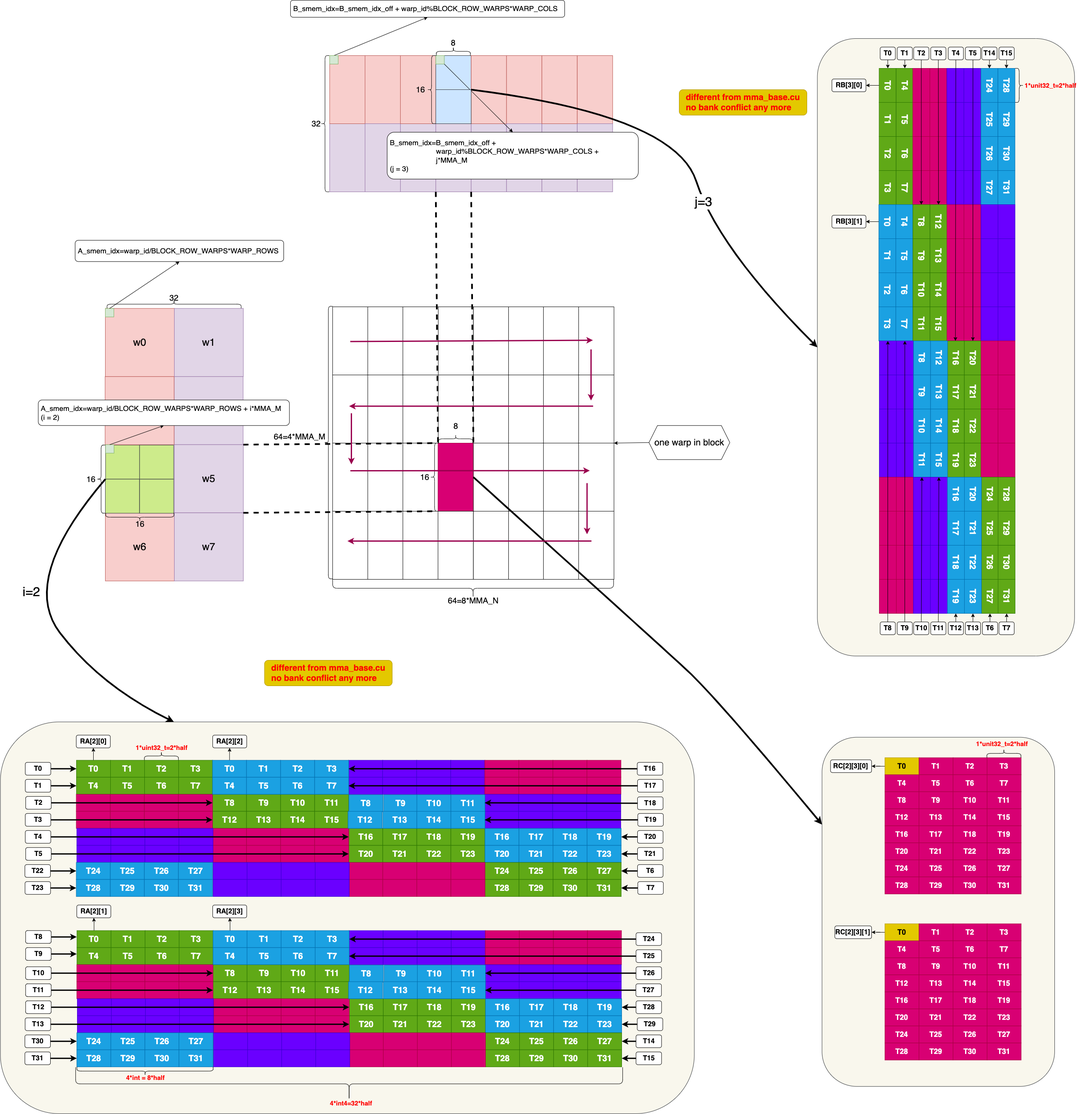
raymond1123/gemm-analysis keeps this draw.io diagram as mma/mma_permute/imgs/MMA_ptx.drawio.png. Above is the earlier version. Source tidied: cells renumbered, new cells last; positions are measured from the earlier drawing's top-left corner, leaving out a move shared by most shapes.
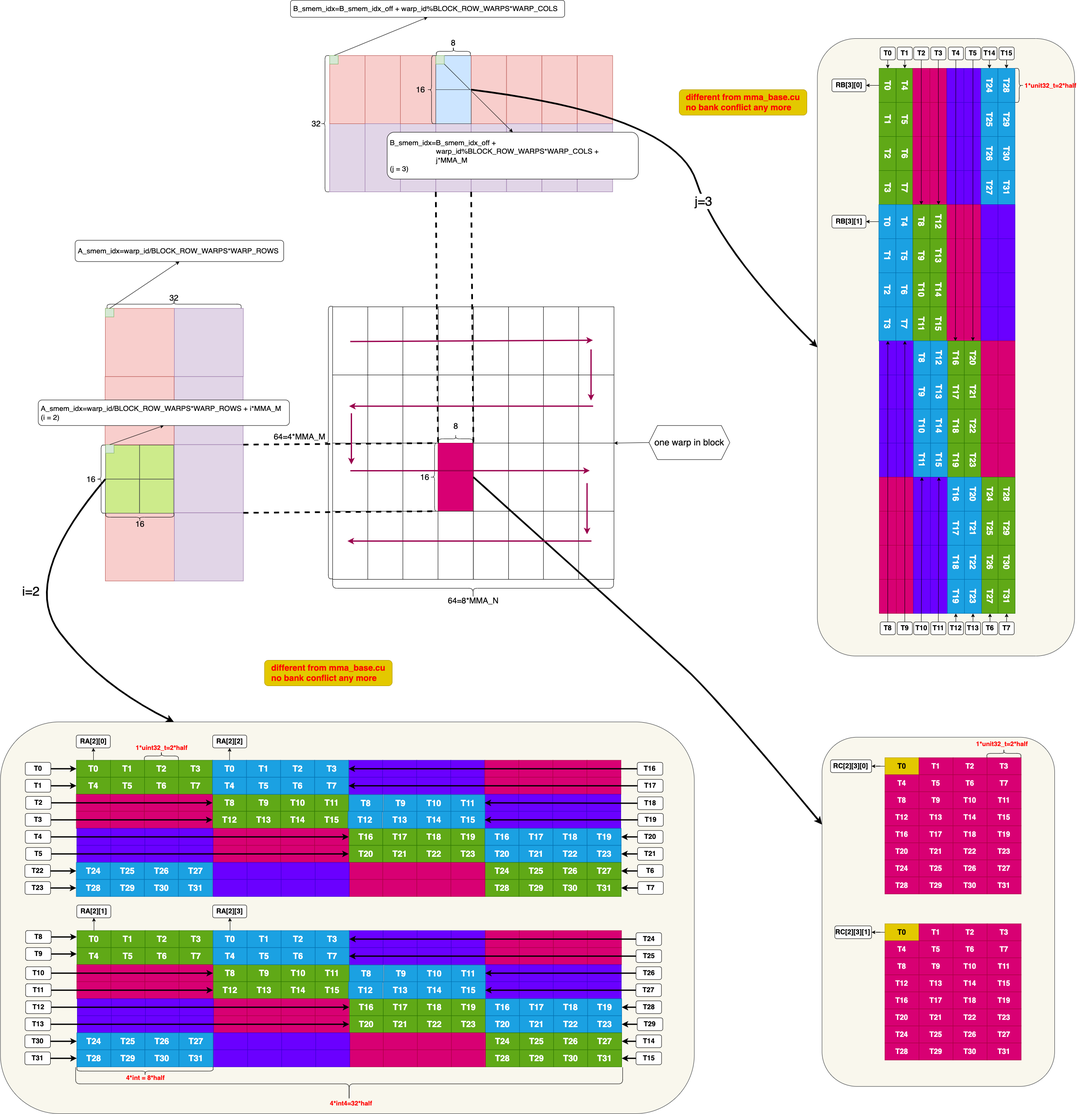
Above is the later version.

The edit, as a diff of the source:
```diff
@@ -14,7 +14,7 @@
     <mxCell id="5" style="whiteSpace=wrap;html=1;fillColor=#cdeb8b;strokeColor=#36393d;" parent="1" vertex="1">
       <mxGeometry x="247.4" y="1044.7" width="80" height="80" as="geometry" />
     </mxCell>
-    <mxCell id="6" value="&lt;span style=&quot;font-size: 24px;&quot;&gt;w6&lt;/span&gt;" style="rounded=0;whiteSpace=wrap;html=1;fillColor=#f8cecc;strokeColor=#b85450;" parent="1" vertex="1">
+    <mxCell id="6" style="rounded=0;whiteSpace=wrap;html=1;fillColor=#f8cecc;strokeColor=#b85450;" parent="1" vertex="1">
       <mxGeometry x="247" y="1203.8" width="162.1" height="160" as="geometry" />
     </mxCell>
     <mxCell id="7" style="rounded=0;whiteSpace=wrap;html=1;" parent="1" vertex="1">
@@ -29,7 +29,7 @@
     <mxCell id="10" value="&lt;span style=&quot;font-size: 24px;&quot;&gt;w2&lt;/span&gt;" style="rounded=0;whiteSpace=wrap;html=1;fillColor=#f8cecc;strokeColor=#b85450;" parent="1" vertex="1">
       <mxGeometry x="246.4" y="883.8" width="162.1" height="160" as="geometry" />
     </mxCell>
-    <mxCell id="11" value="&lt;font style=&quot;font-size: 24px;&quot;&gt;w0&lt;/font&gt;" style="rounded=0;whiteSpace=wrap;html=1;fillColor=#f8cecc;strokeColor=#b85450;" parent="1" vertex="1">
+    <mxCell id="11" style="rounded=0;whiteSpace=wrap;html=1;fillColor=#f8cecc;strokeColor=#b85450;" parent="1" vertex="1">
       <mxGeometry x="247" y="723.8" width="162.1" height="160" as="geometry" />
     </mxCell>
     <mxCell id="12" style="rounded=0;whiteSpace=wrap;html=1;" parent="1" vertex="1">
@@ -182,7 +182,7 @@
     <mxCell id="61" style="rounded=0;whiteSpace=wrap;html=1;" parent="1" vertex="1">
       <mxGeometry x="1358.7" y="1200" width="83.1" height="160" as="geometry" />
     </mxCell>
-    <mxCell id="62" value="&lt;span style=&quot;font-size: 24px;&quot;&gt;w1&lt;/span&gt;" style="rounded=0;whiteSpace=wrap;html=1;fillColor=#e1d5e7;strokeColor=#9673a6;" parent="1" vertex="1">
+    <mxCell id="62" style="rounded=0;whiteSpace=wrap;html=1;fillColor=#e1d5e7;strokeColor=#9673a6;" parent="1" vertex="1">
       <mxGeometry x="409" y="723.8" width="162.1" height="160" as="geometry" />
     </mxCell>
     <mxCell id="63" style="rounded=0;whiteSpace=wrap;html=1;fillColor=#e1d5e7;strokeColor=#9673a6;" parent="1" vertex="1">
@@ -248,10 +248,10 @@
     <mxCell id="83" value="&lt;font style=&quot;font-size: 17px;&quot;&gt;&amp;nbsp;A_smem_idx=warp_id/BLOCK_ROW_WARPS*WARP_ROWS + i*MMA_M&lt;/font&gt;&lt;div&gt;&lt;font style=&quot;font-size: 17px;&quot;&gt;&amp;nbsp;(i = 2)&lt;/font&gt;&lt;/div&gt;" style="rounded=1;whiteSpace=wrap;html=1;align=left;" parent="1" vertex="1">
       <mxGeometry x="89.4" y="938.8" width="590" height="60" as="geometry" />
     </mxCell>
-    <mxCell id="84" value="&lt;span style=&quot;font-size: 24px;&quot;&gt;w5&lt;/span&gt;" style="rounded=0;whiteSpace=wrap;html=1;fillColor=#e1d5e7;strokeColor=#9673a6;" parent="1" vertex="1">
+    <mxCell id="84" style="rounded=0;whiteSpace=wrap;html=1;fillColor=#e1d5e7;strokeColor=#9673a6;" parent="1" vertex="1">
       <mxGeometry x="409" y="1043.7" width="162.1" height="160" as="geometry" />
     </mxCell>
-    <mxCell id="85" value="&lt;span style=&quot;font-size: 24px;&quot;&gt;w7&lt;/span&gt;" style="rounded=0;whiteSpace=wrap;html=1;fillColor=#e1d5e7;strokeColor=#9673a6;" parent="1" vertex="1">
+    <mxCell id="85" style="rounded=0;whiteSpace=wrap;html=1;fillColor=#e1d5e7;strokeColor=#9673a6;" parent="1" vertex="1">
       <mxGeometry x="409" y="1203.8" width="162.1" height="160" as="geometry" />
     </mxCell>
     <mxCell id="86" value="&lt;font style=&quot;font-size: 19px;&quot;&gt;16&lt;/font&gt;" style="text;html=1;align=center;verticalAlign=middle;strokeColor=none;fillColor=none;rotation=0;" parent="1" vertex="1">
```
